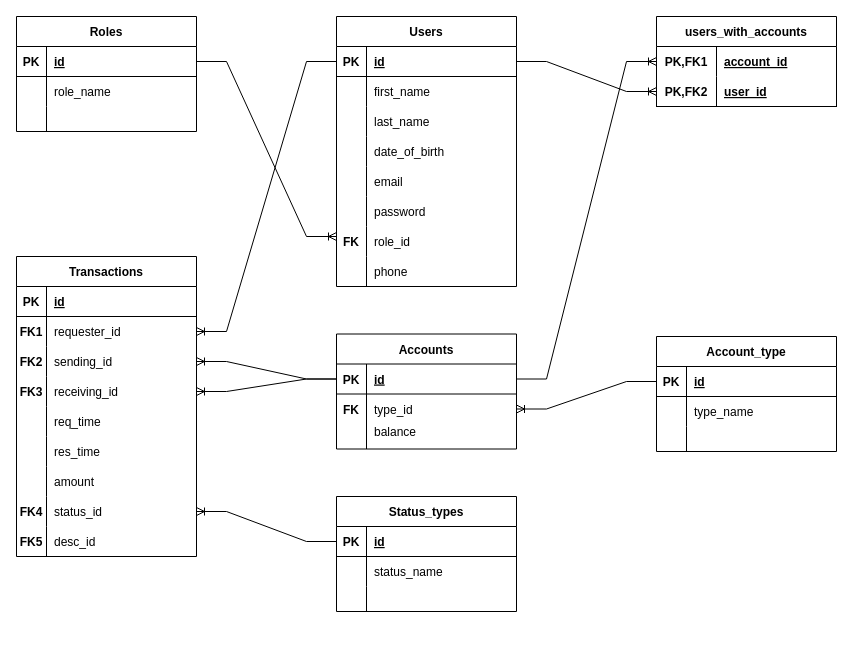
The draw.io diagram dbERD.drawio in shushmitadas99/RevMo-java-backend, before the edit. Source tidied: cells renumbered, new cells numbered last; positions are measured from the earlier drawing's top-left corner, leaving out a move shared by most shapes. Both pictures are drawn from the tidied source at 100%, with x=0, y=0 at pixel (16, 16).
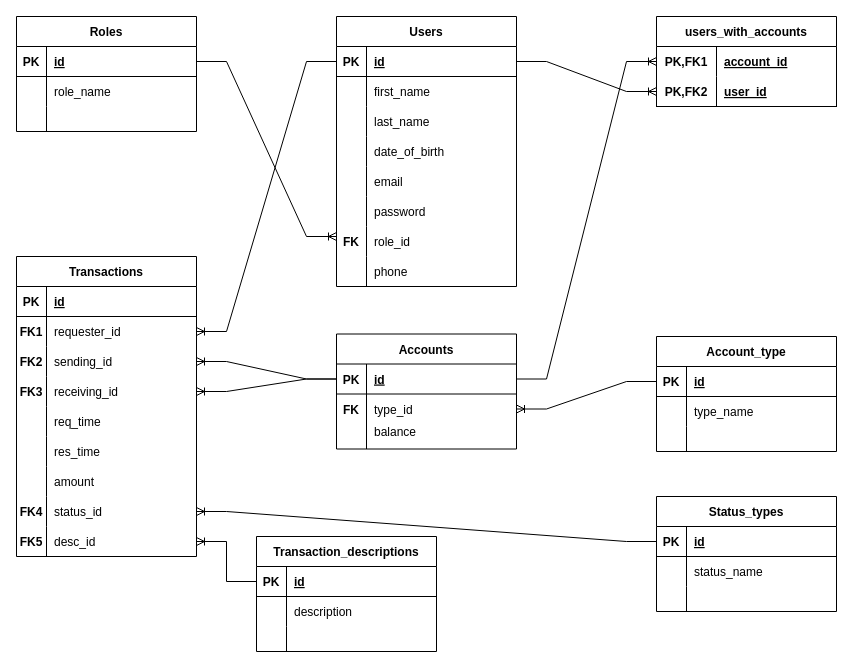
Above is the later version.

Commit message (it also covers changes not shown here):
update database to accommodate transaction status_type, export EDR image, ERD source

Unchanged cells that the change refers to:
```xml
<mxCell id="102" style="shape=tableRow;horizontal=0;startSize=0;swimlaneHead=0;swimlaneBody=0;fillColor=none;points=[[0,0.5],[1,0.5]];portConstraint=eastwest;top=0;left=0;right=0;bottom=0;" parent="77" vertex="1">
  <mxGeometry y="270" width="180" height="30" as="geometry" />
</mxCell>
```

What changed in the source:
```diff
@@
     <mxCell id="108" value="Status_types" style="shape=table;startSize=30;childLayout=tableLayout;rowLines=0;fontStyle=1;align=center;" parent="1" vertex="1">
-      <mxGeometry x="320" y="480" width="180" height="115" as="geometry" />
+      <mxGeometry x="640" y="480" width="180" height="115" as="geometry" />
     </mxCell>
@@
+    <mxCell id="119" value="Transaction_descriptions" style="shape=table;startSize=30;childLayout=tableLayout;rowLines=0;fontStyle=1;align=center;" parent="1" vertex="1">
+      <mxGeometry x="240" y="520" width="180" height="115" as="geometry" />
+    </mxCell>
+    <mxCell id="120" style="shape=tableRow;horizontal=0;startSize=0;swimlaneHead=0;swimlaneBody=0;fillColor=none;points=[[0,0.5],[1,0.5]];portConstraint=eastwest;top=0;left=0;right=0;bottom=1;" parent="119" vertex="1">
+      <mxGeometry y="30" width="180" height="30" as="geometry" />
+    </mxCell>
+    <mxCell id="121" value="PK" style="shape=partialRectangle;fillColor=none;top=0;left=0;bottom=0;right=0;fontStyle=1;overflow=hidden;" parent="120" vertex="1">
+      <mxGeometry width="30" height="30" as="geometry" />
+    </mxCell>
+    <mxCell id="122" value="id" style="shape=partialRectangle;fillColor=none;top=0;left=0;bottom=0;right=0;align=left;spacingLeft=6;fontStyle=5;overflow=hidden;" parent="120" vertex="1">
+      <mxGeometry x="30" width="150" height="30" as="geometry" />
+    </mxCell>
+    <mxCell id="123" style="shape=tableRow;horizontal=0;startSize=0;swimlaneHead=0;swimlaneBody=0;fillColor=none;top=0;left=0;right=0;bottom=0;" parent="119" vertex="1">
+      <mxGeometry y="60" width="180" height="30" as="geometry" />
+    </mxCell>
+    <mxCell id="124" style="shape=partialRectangle;fillColor=none;top=0;left=0;bottom=0;right=0;overflow=hidden;" parent="123" vertex="1">
+      <mxGeometry width="30" height="30" as="geometry" />
+    </mxCell>
+    <mxCell id="125" value="description" style="shape=partialRectangle;fillColor=none;top=0;left=0;bottom=0;right=0;align=left;spacingLeft=6;overflow=hidden;" parent="123" vertex="1">
+      <mxGeometry x="30" width="150" height="30" as="geometry" />
+    </mxCell>
+    <mxCell id="126" style="shape=tableRow;horizontal=0;startSize=0;swimlaneHead=0;swimlaneBody=0;fillColor=none;top=0;left=0;right=0;bottom=0;" parent="119" vertex="1">
+      <mxGeometry y="90" width="180" height="25" as="geometry" />
+    </mxCell>
+    <mxCell id="127" style="shape=partialRectangle;fillColor=none;top=0;left=0;bottom=0;right=0;overflow=hidden;" parent="126" vertex="1">
+      <mxGeometry width="30" height="25" as="geometry" />
+    </mxCell>
+    <mxCell id="128" style="shape=partialRectangle;fillColor=none;top=0;left=0;bottom=0;right=0;align=left;spacingLeft=6;overflow=hidden;" parent="126" vertex="1">
+      <mxGeometry x="30" width="150" height="25" as="geometry" />
+    </mxCell>
+    <mxCell id="129" style="edgeStyle=entityRelationEdgeStyle;fontSize=12;html=1;endArrow=ERoneToMany;rounded=0;exitX=0;exitY=0.5;exitDx=0;exitDy=0;entryX=1;entryY=0.5;entryDx=0;entryDy=0;" parent="1" edge="1" source="120" target="102">
+      <mxGeometry relative="1" as="geometry" />
+    </mxCell>
```
